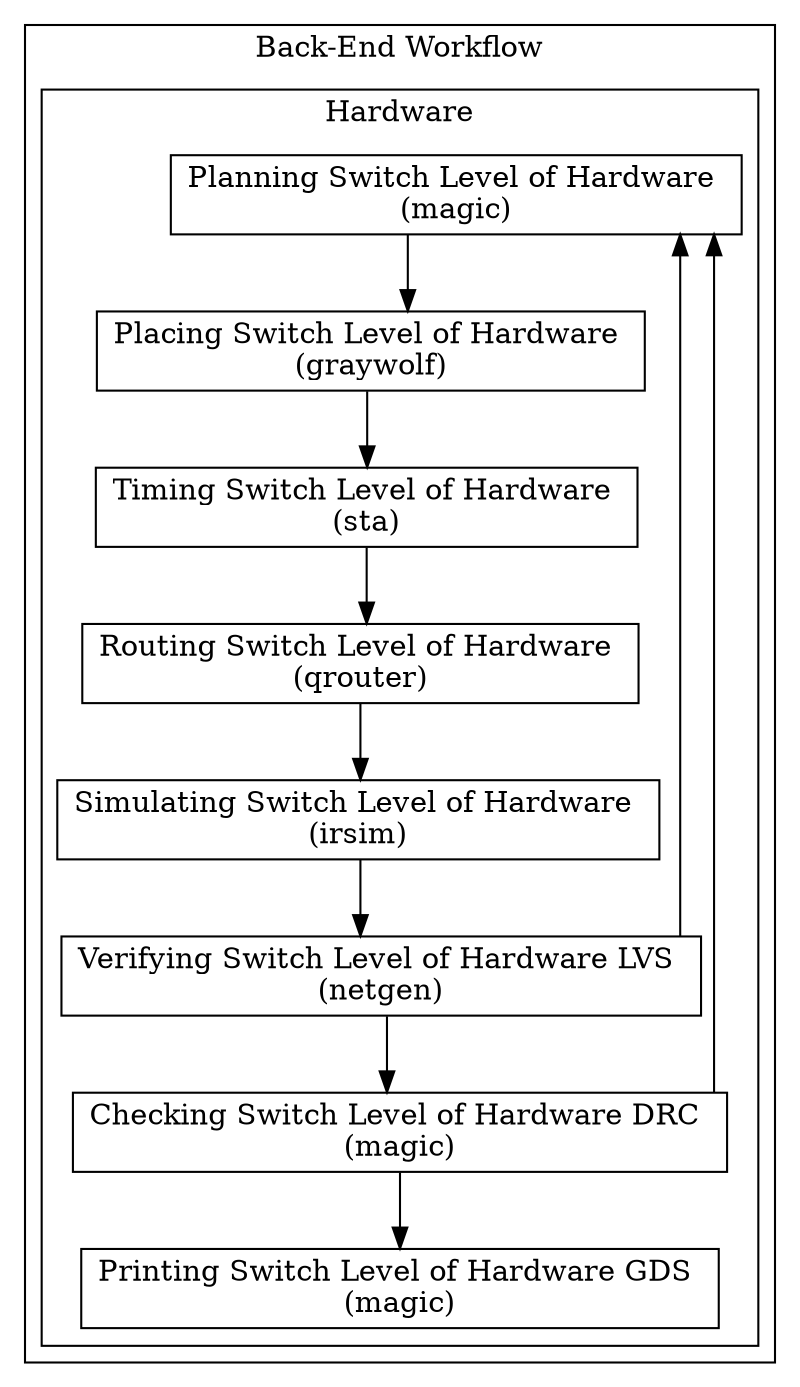
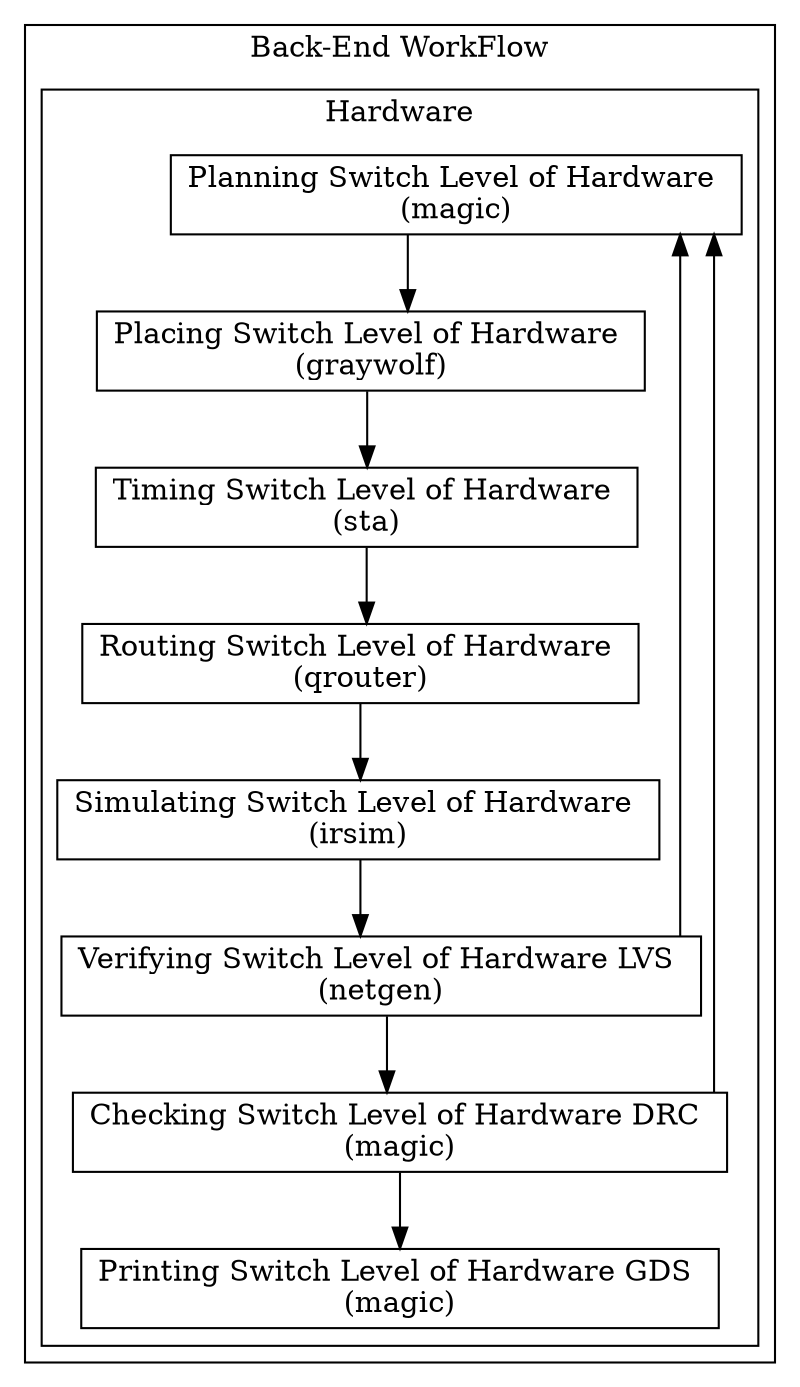
digraph Project {
  // Introduction
  graph [rankdir = TB, splines=ortho];
  node[shape=record];

  // Blocks
-   subgraph "cluster Workflow" { label = "Back-End Workflow";
+   subgraph "cluster WorkFlow" { label = "Back-End WorkFlow";
    subgraph "cluster Hardware" { label = "Hardware";
      Planning_SLH[label="Planning Switch Level of Hardware \n(magic)"];
      Placing_SLH[label="Placing Switch Level of Hardware \n(graywolf)"];
      Timing_SLH[label="Timing Switch Level of Hardware \n(sta)"];
      Routing_SLH[label="Routing Switch Level of Hardware \n(qrouter)"];
      Simulating_WLH[label="Simulating Switch Level of Hardware \n(irsim)"];
      Verifying_LVS[label="Verifying Switch Level of Hardware LVS \n(netgen)"];
      Checking_DRC[label="Checking Switch Level of Hardware DRC \n(magic)"];
      Printing_GDS[label="Printing Switch Level of Hardware GDS \n(magic)"];
    }
  }

  // Hardware Sequence
  Planning_SLH -> Placing_SLH;
  Placing_SLH -> Timing_SLH;
  Timing_SLH -> Routing_SLH;
  Routing_SLH -> Simulating_WLH;
  Simulating_WLH -> Verifying_LVS;
  Verifying_LVS -> Checking_DRC;
  Checking_DRC -> Printing_GDS;

  // Hardware Feedback
  Verifying_LVS -> Planning_SLH;
  Checking_DRC -> Planning_SLH;
}
